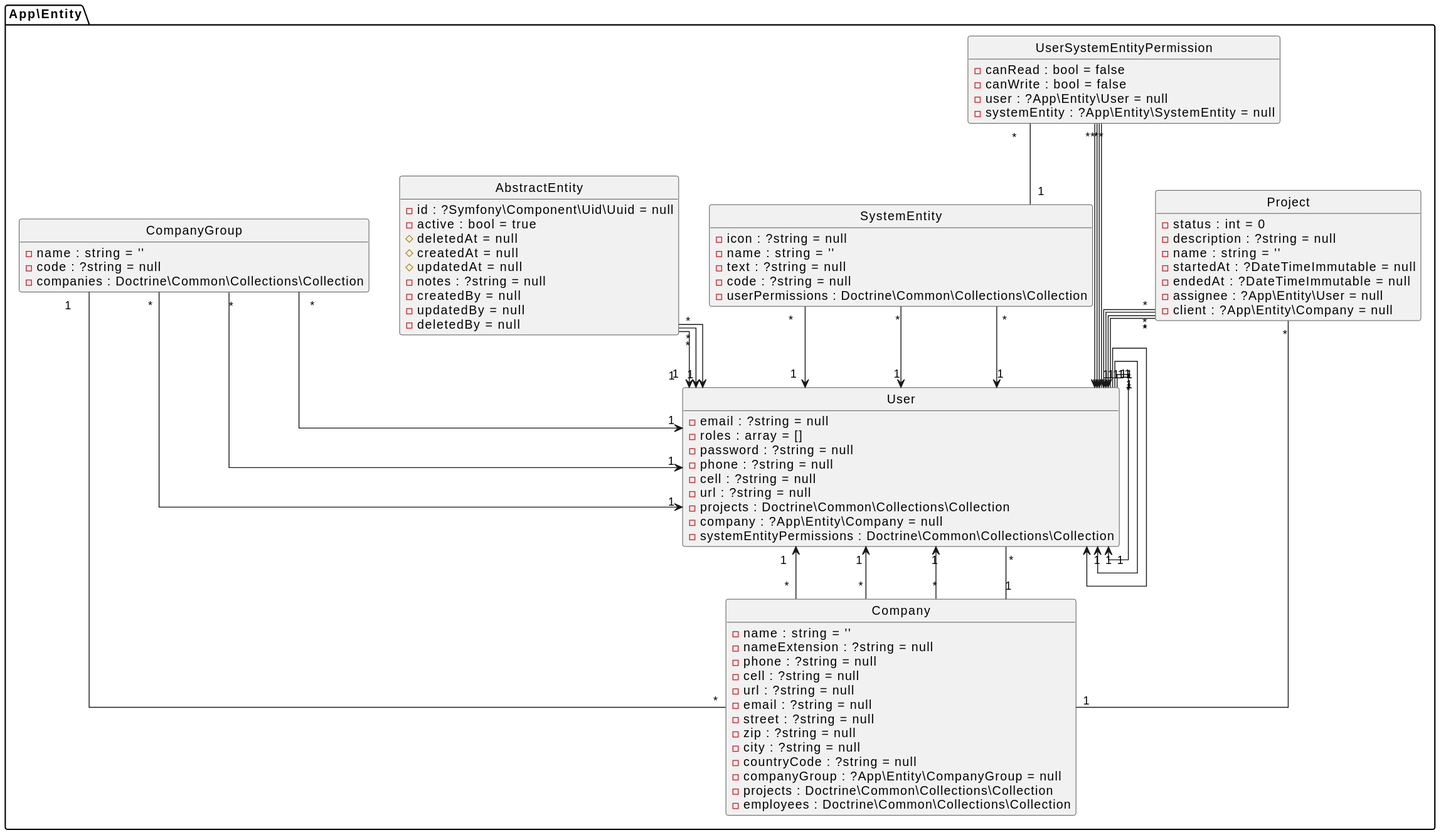
Earlier version of the PlantUML export assets/docs/diagram-class.svg (cschorr/symfony-core-bundle).
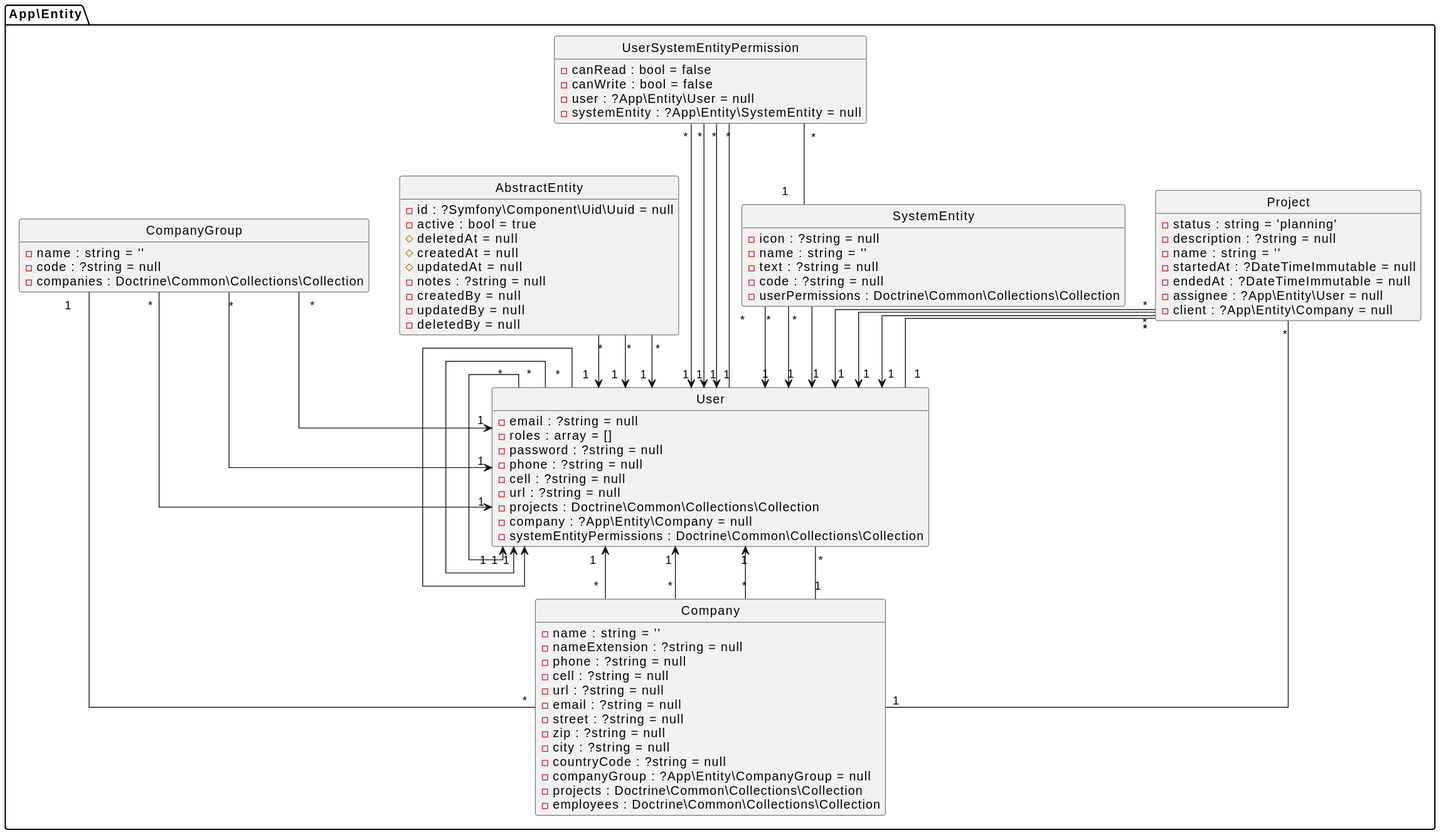
The same diagram one commit later.

Commit message:
fix: remove enum property from project entity to re-enable diagram

Change to the diagram source:
```diff
@@ -37,20 +37,18 @@
 - projects : Doctrine\Common\Collections\Collection
 - employees : Doctrine\Common\Collections\Collection
 }
+class App\Entity\SystemEntity {
+- icon : ?string = null
+- name : string = ''
+- text : ?string = null
+- code : ?string = null
+- userPermissions : Doctrine\Common\Collections\Collection
+}
 class App\Entity\UserSystemEntityPermission {
 - canRead : bool = false
 - canWrite : bool = false
 - user : ?App\Entity\User = null
 - systemEntity : ?App\Entity\SystemEntity = null
-}
-class App\Entity\Project {
-- status : int = 0
-- description : ?string = null
-- name : string = ''
-- startedAt : ?DateTimeImmutable = null
-- endedAt : ?DateTimeImmutable = null
-- assignee : ?App\Entity\User = null
-- client : ?App\Entity\Company = null
 }
 class App\Entity\User {
 - email : ?string = null
@@ -63,12 +61,14 @@
 - company : ?App\Entity\Company = null
 - systemEntityPermissions : Doctrine\Common\Collections\Collection
 }
-class App\Entity\SystemEntity {
-- icon : ?string = null
+class App\Entity\Project {
+- status : string = 'planning'
+- description : ?string = null
 - name : string = ''
-- text : ?string = null
-- code : ?string = null
-- userPermissions : Doctrine\Common\Collections\Collection
+- startedAt : ?DateTimeImmutable = null
+- endedAt : ?DateTimeImmutable = null
+- assignee : ?App\Entity\User = null
+- client : ?App\Entity\Company = null
 }
 App\Entity\CompanyGroup "*" --> "1" App\Entity\User
 App\Entity\CompanyGroup "*" --> "1" App\Entity\User
@@ -80,21 +80,21 @@
 App\Entity\Company "*" --> "1" App\Entity\User
 App\Entity\Company "*" --> "1" App\Entity\User
 App\Entity\Company "*" -- "1" App\Entity\CompanyGroup
+App\Entity\SystemEntity "*" --> "1" App\Entity\User
+App\Entity\SystemEntity "*" --> "1" App\Entity\User
+App\Entity\SystemEntity "*" --> "1" App\Entity\User
 App\Entity\UserSystemEntityPermission "*" --> "1" App\Entity\User
 App\Entity\UserSystemEntityPermission "*" --> "1" App\Entity\User
 App\Entity\UserSystemEntityPermission "*" --> "1" App\Entity\User
 App\Entity\UserSystemEntityPermission "*" -- "1" App\Entity\User
 App\Entity\UserSystemEntityPermission "*" -- "1" App\Entity\SystemEntity
+App\Entity\User "*" --> "1" App\Entity\User
+App\Entity\User "*" --> "1" App\Entity\User
+App\Entity\User "*" --> "1" App\Entity\User
+App\Entity\User "*" -- "1" App\Entity\Company
 App\Entity\Project "*" --> "1" App\Entity\User
 App\Entity\Project "*" --> "1" App\Entity\User
 App\Entity\Project "*" --> "1" App\Entity\User
 App\Entity\Project "*" -- "1" App\Entity\User
 App\Entity\Project "*" -- "1" App\Entity\Company
-App\Entity\User "*" --> "1" App\Entity\User
-App\Entity\User "*" --> "1" App\Entity\User
-App\Entity\User "*" --> "1" App\Entity\User
-App\Entity\User "*" -- "1" App\Entity\Company
-App\Entity\SystemEntity "*" --> "1" App\Entity\User
-App\Entity\SystemEntity "*" --> "1" App\Entity\User
-App\Entity\SystemEntity "*" --> "1" App\Entity\User
 @enduml
```
